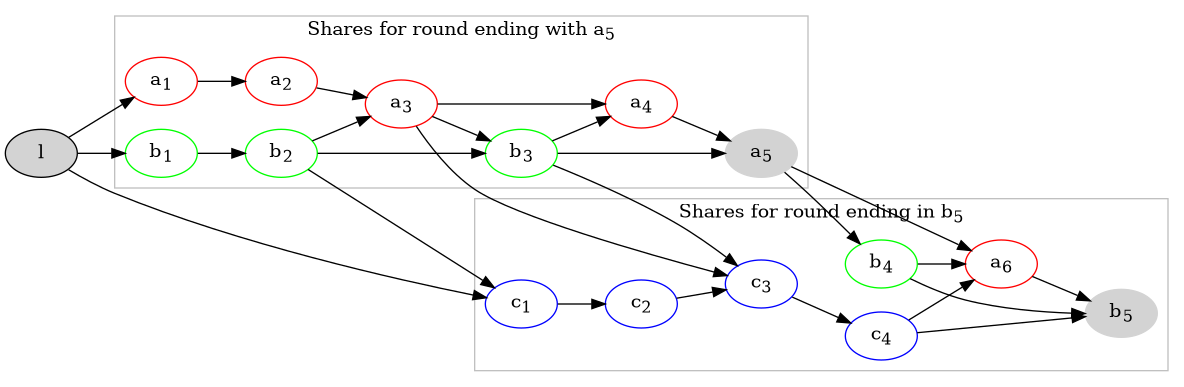
The Graphviz diagram proposal/figures/reward-calculation.png in braidpool/braidpool, before a commit. Its source is kept beside it as proposal/figures/reward-calculation.dot. Source of this version:
```dot
digraph G {
    rankdir=LR
    layout=dot
    a1 [label=<a<sub>1</sub>>, color=red]
    a2 [label=<a<sub>2</sub>>, color=red]
    a3 [label=<a<sub>3</sub>>, color=red]
    a4 [label=<a<sub>4</sub>>, color=red]
    a5 [style=filled, label=<a<sub>5</sub>>, color=lightgrey]
    a6 [label=<a<sub>6</sub>>, color=red]

    b1 [label=<b<sub>1</sub>>, color=green]
    b2 [label=<b<sub>2</sub>>, color=green]
    b3 [label=<b<sub>3</sub>>, color=green]
    b4 [label=<b<sub>4</sub>>, color=green]
    b5 [style=filled, label=<b<sub>5</sub>>, color=lightgrey]

    c1 [label=<c<sub>1</sub>>, color=blue]
    c2 [label=<c<sub>2</sub>>, color=blue]
    c3 [label=<c<sub>3</sub>>, color=blue]
    c4 [label=<c<sub>4</sub>>, color=blue]

    l [style=filled]

    l -> a1
    l -> b1
    l -> c1

    subgraph cluster_1 {
        a1 -> a2 -> a3 -> a4 -> a5
        a3 -> b3
        b1 -> b2 -> b3 -> a5
        color=grey
        label=<Shares for round ending with a<sub>5</sub>>
    }

    subgraph cluster_2 {
        c1 -> c2 -> c3 -> c4
        a5 -> b4
        a5 -> a6
        a6 -> b5
        b4 -> b5
        b4 -> a6
        color=grey
        label=<Shares for round ending in b<sub>5</sub>>
    }

    c4 -> b5
    c4 -> a6
    a3 -> c3
    b2 -> a3
    b2 -> c1
    b3 -> a4
    b3 -> c3
}
```
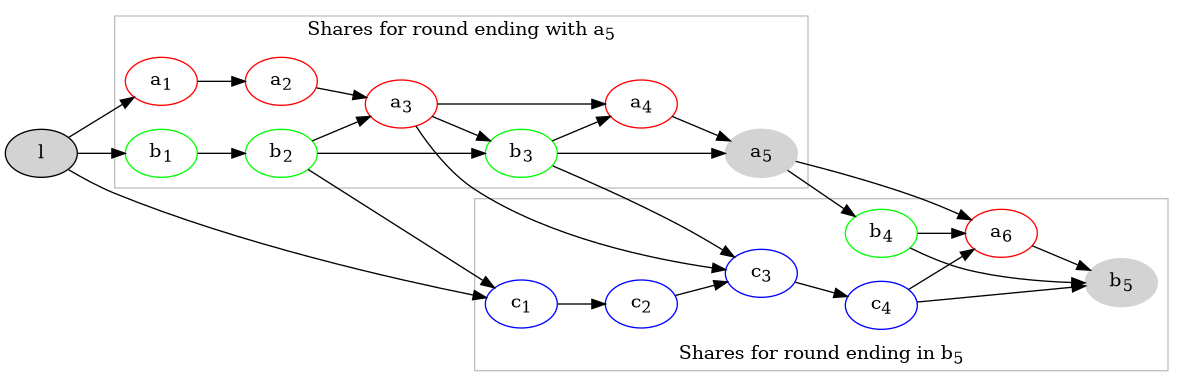
Above is the later version.

Commit message:
Fix cluster label

What changed in the source:
```diff
@@ -33,16 +33,6 @@
         label=<Shares for round ending with a<sub>5</sub>>
     }
 
-    subgraph cluster_2 {
-        c1 -> c2 -> c3 -> c4
-        a5 -> b4
-        a5 -> a6
-        a6 -> b5
-        b4 -> b5
-        b4 -> a6
-        color=grey
-        label=<Shares for round ending in b<sub>5</sub>>
-    }
 
     c4 -> b5
     c4 -> a6
@@ -51,4 +41,16 @@
     b2 -> c1
     b3 -> a4
     b3 -> c3
+
+    subgraph cluster_2 {
+        color=grey
+        label=<Shares for round ending in b<sub>5</sub>>
+        labelloc="b"
+        c1 -> c2 -> c3 -> c4
+        a5 -> b4
+        a5 -> a6
+        a6 -> b5
+        b4 -> b5
+        b4 -> a6
+    }
 }
```
